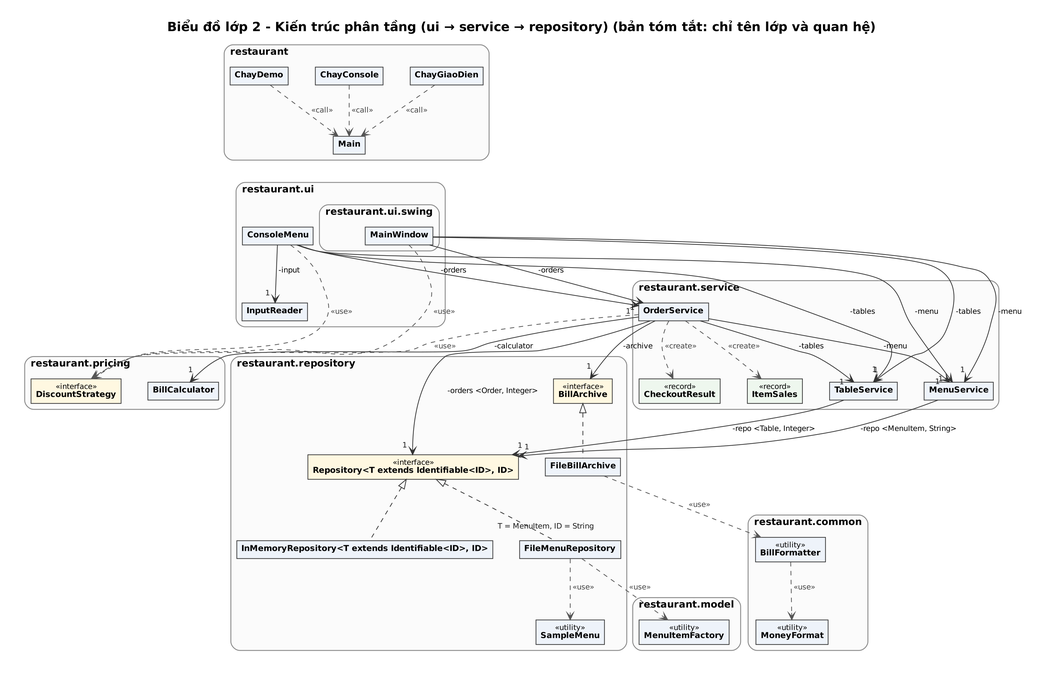
Before: docs/uml/2-lop-kien-truc-tom-tat.png, a diagram exported from Graphviz (ducanhdhtb06-hub/btl-oop-). Its source is kept beside it as docs/uml/2-lop-kien-truc-tom-tat.dot.
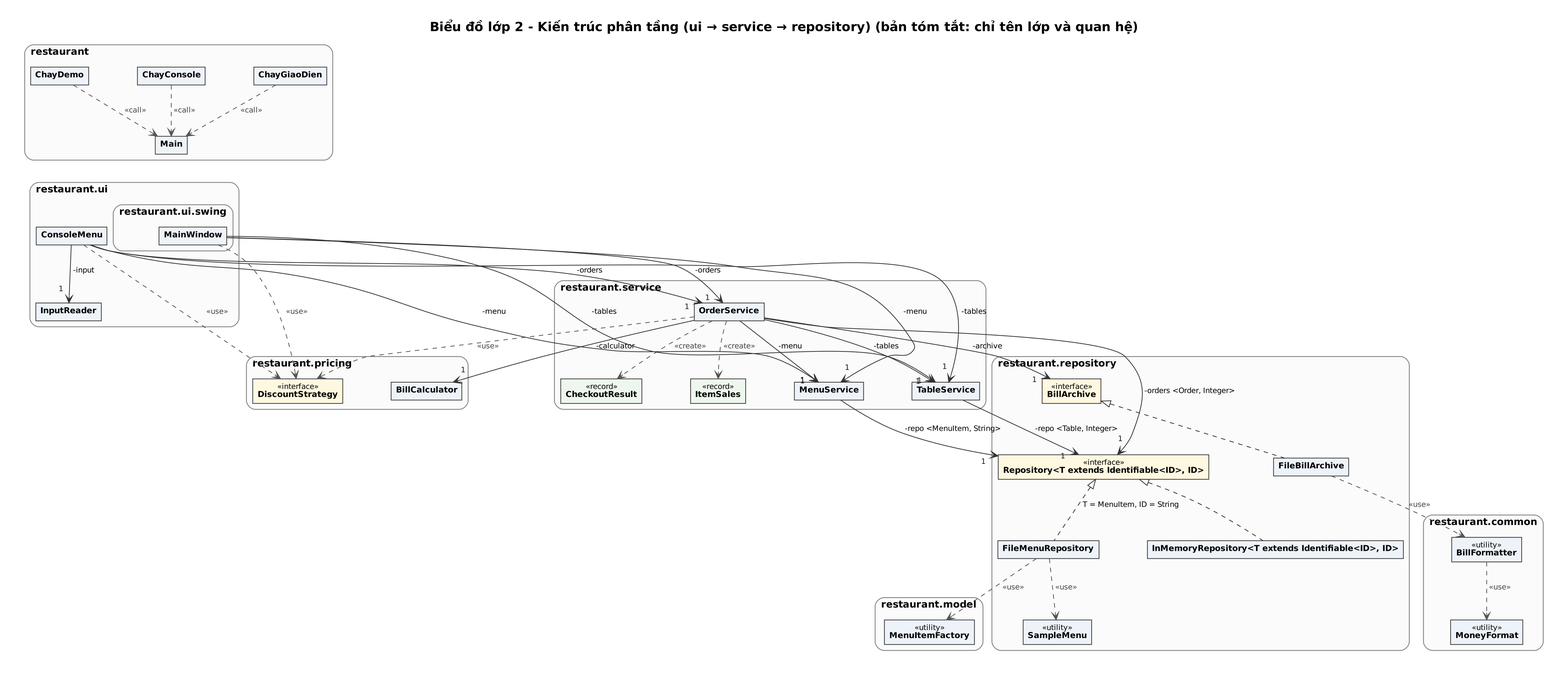
The same file after the commit.

Change to the diagram source:
```diff
@@ -1,24 +1,22 @@
 digraph UML {
   graph [fontname="DejaVu Sans", fontsize=17, label=<<B>Biểu đồ lớp 2 - Kiến trúc phân tầng (ui → service → repository) (bản tóm tắt: chỉ tên lớp và quan hệ)</B>>, labelloc=t, labeljust=c,
          rankdir=TB, nodesep=0.5, ranksep=0.8, newrank=true, pad=0.35, bgcolor=white];
+  graph [nodesep=0.9];
   node [shape=plain, fontname="DejaVu Sans", fontsize=11];
   edge [fontname="DejaVu Sans", fontsize=10, color="#333333", arrowsize=0.95, labelfontsize=10, labelfontcolor="#1a1a1a"];
-  subgraph cluster_ui {
-    label=<<B>restaurant.ui</B>>; labeljust=l; fontsize=13; style="rounded"; color="#8a8a8a"; bgcolor="#fbfbfb"; penwidth=1.2;
-    c_ConsoleMenu [label=<<TABLE BORDER="1" CELLBORDER="0" CELLSPACING="0" COLOR="#3a3a3a" BGCOLOR="#eef3fa"><TR><TD ALIGN="CENTER" CELLPADDING="5"><B>ConsoleMenu</B></TD></TR></TABLE>>];
-    c_InputReader [label=<<TABLE BORDER="1" CELLBORDER="0" CELLSPACING="0" COLOR="#3a3a3a" BGCOLOR="#eef3fa"><TR><TD ALIGN="CENTER" CELLPADDING="5"><B>InputReader</B></TD></TR></TABLE>>];
-    subgraph cluster_ui_swing {
-      label=<<B>restaurant.ui.swing</B>>; labeljust=l; fontsize=13; style="rounded"; color="#8a8a8a"; bgcolor="#fbfbfb"; penwidth=1.2;
-      c_MainWindow [label=<<TABLE BORDER="1" CELLBORDER="0" CELLSPACING="0" COLOR="#3a3a3a" BGCOLOR="#eef3fa"><TR><TD ALIGN="CENTER" CELLPADDING="5"><B>MainWindow</B></TD></TR></TABLE>>];
-    }
+  subgraph cluster_common {
+    label=<<B>restaurant.common</B>>; labeljust=l; fontsize=13; style="rounded"; color="#8a8a8a"; bgcolor="#fbfbfb"; penwidth=1.2;
+    c_BillFormatter [label=<<TABLE BORDER="1" CELLBORDER="0" CELLSPACING="0" COLOR="#3a3a3a" BGCOLOR="#eef3fa"><TR><TD ALIGN="CENTER" CELLPADDING="5"><FONT POINT-SIZE="10">«utility»</FONT><BR/><B>BillFormatter</B></TD></TR></TABLE>>];
+    c_MoneyFormat [label=<<TABLE BORDER="1" CELLBORDER="0" CELLSPACING="0" COLOR="#3a3a3a" BGCOLOR="#eef3fa"><TR><TD ALIGN="CENTER" CELLPADDING="5"><FONT POINT-SIZE="10">«utility»</FONT><BR/><B>MoneyFormat</B></TD></TR></TABLE>>];
   }
-  subgraph cluster_service {
-    label=<<B>restaurant.service</B>>; labeljust=l; fontsize=13; style="rounded"; color="#8a8a8a"; bgcolor="#fbfbfb"; penwidth=1.2;
-    c_MenuService [label=<<TABLE BORDER="1" CELLBORDER="0" CELLSPACING="0" COLOR="#3a3a3a" BGCOLOR="#eef3fa"><TR><TD ALIGN="CENTER" CELLPADDING="5"><B>MenuService</B></TD></TR></TABLE>>];
-    c_TableService [label=<<TABLE BORDER="1" CELLBORDER="0" CELLSPACING="0" COLOR="#3a3a3a" BGCOLOR="#eef3fa"><TR><TD ALIGN="CENTER" CELLPADDING="5"><B>TableService</B></TD></TR></TABLE>>];
-    c_OrderService [label=<<TABLE BORDER="1" CELLBORDER="0" CELLSPACING="0" COLOR="#3a3a3a" BGCOLOR="#eef3fa"><TR><TD ALIGN="CENTER" CELLPADDING="5"><B>OrderService</B></TD></TR></TABLE>>];
-    c_CheckoutResult [label=<<TABLE BORDER="1" CELLBORDER="0" CELLSPACING="0" COLOR="#3a3a3a" BGCOLOR="#eef7ee"><TR><TD ALIGN="CENTER" CELLPADDING="5"><FONT POINT-SIZE="10">«record»</FONT><BR/><B>CheckoutResult</B></TD></TR></TABLE>>];
-    c_ItemSales [label=<<TABLE BORDER="1" CELLBORDER="0" CELLSPACING="0" COLOR="#3a3a3a" BGCOLOR="#eef7ee"><TR><TD ALIGN="CENTER" CELLPADDING="5"><FONT POINT-SIZE="10">«record»</FONT><BR/><B>ItemSales</B></TD></TR></TABLE>>];
+  subgraph cluster_model {
+    label=<<B>restaurant.model</B>>; labeljust=l; fontsize=13; style="rounded"; color="#8a8a8a"; bgcolor="#fbfbfb"; penwidth=1.2;
+    c_MenuItemFactory [label=<<TABLE BORDER="1" CELLBORDER="0" CELLSPACING="0" COLOR="#3a3a3a" BGCOLOR="#eef3fa"><TR><TD ALIGN="CENTER" CELLPADDING="5"><FONT POINT-SIZE="10">«utility»</FONT><BR/><B>MenuItemFactory</B></TD></TR></TABLE>>];
+  }
+  subgraph cluster_pricing {
+    label=<<B>restaurant.pricing</B>>; labeljust=l; fontsize=13; style="rounded"; color="#8a8a8a"; bgcolor="#fbfbfb"; penwidth=1.2;
+    c_BillCalculator [label=<<TABLE BORDER="1" CELLBORDER="0" CELLSPACING="0" COLOR="#3a3a3a" BGCOLOR="#eef3fa"><TR><TD ALIGN="CENTER" CELLPADDING="5"><B>BillCalculator</B></TD></TR></TABLE>>];
+    c_DiscountStrategy [label=<<TABLE BORDER="1" CELLBORDER="0" CELLSPACING="0" COLOR="#3a3a3a" BGCOLOR="#fff8e1"><TR><TD ALIGN="CENTER" CELLPADDING="5"><FONT POINT-SIZE="10">«interface»</FONT><BR/><B>DiscountStrategy</B></TD></TR></TABLE>>];
   }
   subgraph cluster_repository {
     label=<<B>restaurant.repository</B>>; labeljust=l; fontsize=13; style="rounded"; color="#8a8a8a"; bgcolor="#fbfbfb"; penwidth=1.2;
@@ -29,16 +27,6 @@
     c_BillArchive [label=<<TABLE BORDER="1" CELLBORDER="0" CELLSPACING="0" COLOR="#3a3a3a" BGCOLOR="#fff8e1"><TR><TD ALIGN="CENTER" CELLPADDING="5"><FONT POINT-SIZE="10">«interface»</FONT><BR/><B>BillArchive</B></TD></TR></TABLE>>];
     c_FileBillArchive [label=<<TABLE BORDER="1" CELLBORDER="0" CELLSPACING="0" COLOR="#3a3a3a" BGCOLOR="#eef3fa"><TR><TD ALIGN="CENTER" CELLPADDING="5"><B>FileBillArchive</B></TD></TR></TABLE>>];
   }
-  subgraph cluster_pricing {
-    label=<<B>restaurant.pricing</B>>; labeljust=l; fontsize=13; style="rounded"; color="#8a8a8a"; bgcolor="#fbfbfb"; penwidth=1.2;
-    c_BillCalculator [label=<<TABLE BORDER="1" CELLBORDER="0" CELLSPACING="0" COLOR="#3a3a3a" BGCOLOR="#eef3fa"><TR><TD ALIGN="CENTER" CELLPADDING="5"><B>BillCalculator</B></TD></TR></TABLE>>];
-    c_DiscountStrategy [label=<<TABLE BORDER="1" CELLBORDER="0" CELLSPACING="0" COLOR="#3a3a3a" BGCOLOR="#fff8e1"><TR><TD ALIGN="CENTER" CELLPADDING="5"><FONT POINT-SIZE="10">«interface»</FONT><BR/><B>DiscountStrategy</B></TD></TR></TABLE>>];
-  }
-  subgraph cluster_common {
-    label=<<B>restaurant.common</B>>; labeljust=l; fontsize=13; style="rounded"; color="#8a8a8a"; bgcolor="#fbfbfb"; penwidth=1.2;
-    c_BillFormatter [label=<<TABLE BORDER="1" CELLBORDER="0" CELLSPACING="0" COLOR="#3a3a3a" BGCOLOR="#eef3fa"><TR><TD ALIGN="CENTER" CELLPADDING="5"><FONT POINT-SIZE="10">«utility»</FONT><BR/><B>BillFormatter</B></TD></TR></TABLE>>];
-    c_MoneyFormat [label=<<TABLE BORDER="1" CELLBORDER="0" CELLSPACING="0" COLOR="#3a3a3a" BGCOLOR="#eef3fa"><TR><TD ALIGN="CENTER" CELLPADDING="5"><FONT POINT-SIZE="10">«utility»</FONT><BR/><B>MoneyFormat</B></TD></TR></TABLE>>];
-  }
   subgraph cluster_restaurant {
     label=<<B>restaurant</B>>; labeljust=l; fontsize=13; style="rounded"; color="#8a8a8a"; bgcolor="#fbfbfb"; penwidth=1.2;
     c_Main [label=<<TABLE BORDER="1" CELLBORDER="0" CELLSPACING="0" COLOR="#3a3a3a" BGCOLOR="#eef3fa"><TR><TD ALIGN="CENTER" CELLPADDING="5"><B>Main</B></TD></TR></TABLE>>];
@@ -46,9 +34,22 @@
     c_ChayConsole [label=<<TABLE BORDER="1" CELLBORDER="0" CELLSPACING="0" COLOR="#3a3a3a" BGCOLOR="#eef3fa"><TR><TD ALIGN="CENTER" CELLPADDING="5"><B>ChayConsole</B></TD></TR></TABLE>>];
     c_ChayDemo [label=<<TABLE BORDER="1" CELLBORDER="0" CELLSPACING="0" COLOR="#3a3a3a" BGCOLOR="#eef3fa"><TR><TD ALIGN="CENTER" CELLPADDING="5"><B>ChayDemo</B></TD></TR></TABLE>>];
   }
-  subgraph cluster_model {
-    label=<<B>restaurant.model</B>>; labeljust=l; fontsize=13; style="rounded"; color="#8a8a8a"; bgcolor="#fbfbfb"; penwidth=1.2;
-    c_MenuItemFactory [label=<<TABLE BORDER="1" CELLBORDER="0" CELLSPACING="0" COLOR="#3a3a3a" BGCOLOR="#eef3fa"><TR><TD ALIGN="CENTER" CELLPADDING="5"><FONT POINT-SIZE="10">«utility»</FONT><BR/><B>MenuItemFactory</B></TD></TR></TABLE>>];
+  subgraph cluster_service {
+    label=<<B>restaurant.service</B>>; labeljust=l; fontsize=13; style="rounded"; color="#8a8a8a"; bgcolor="#fbfbfb"; penwidth=1.2;
+    c_MenuService [label=<<TABLE BORDER="1" CELLBORDER="0" CELLSPACING="0" COLOR="#3a3a3a" BGCOLOR="#eef3fa"><TR><TD ALIGN="CENTER" CELLPADDING="5"><B>MenuService</B></TD></TR></TABLE>>];
+    c_TableService [label=<<TABLE BORDER="1" CELLBORDER="0" CELLSPACING="0" COLOR="#3a3a3a" BGCOLOR="#eef3fa"><TR><TD ALIGN="CENTER" CELLPADDING="5"><B>TableService</B></TD></TR></TABLE>>];
+    c_OrderService [label=<<TABLE BORDER="1" CELLBORDER="0" CELLSPACING="0" COLOR="#3a3a3a" BGCOLOR="#eef3fa"><TR><TD ALIGN="CENTER" CELLPADDING="5"><B>OrderService</B></TD></TR></TABLE>>];
+    c_CheckoutResult [label=<<TABLE BORDER="1" CELLBORDER="0" CELLSPACING="0" COLOR="#3a3a3a" BGCOLOR="#eef7ee"><TR><TD ALIGN="CENTER" CELLPADDING="5"><FONT POINT-SIZE="10">«record»</FONT><BR/><B>CheckoutResult</B></TD></TR></TABLE>>];
+    c_ItemSales [label=<<TABLE BORDER="1" CELLBORDER="0" CELLSPACING="0" COLOR="#3a3a3a" BGCOLOR="#eef7ee"><TR><TD ALIGN="CENTER" CELLPADDING="5"><FONT POINT-SIZE="10">«record»</FONT><BR/><B>ItemSales</B></TD></TR></TABLE>>];
+  }
+  subgraph cluster_ui {
+    label=<<B>restaurant.ui</B>>; labeljust=l; fontsize=13; style="rounded"; color="#8a8a8a"; bgcolor="#fbfbfb"; penwidth=1.2;
+    c_ConsoleMenu [label=<<TABLE BORDER="1" CELLBORDER="0" CELLSPACING="0" COLOR="#3a3a3a" BGCOLOR="#eef3fa"><TR><TD ALIGN="CENTER" CELLPADDING="5"><B>ConsoleMenu</B></TD></TR></TABLE>>];
+    c_InputReader [label=<<TABLE BORDER="1" CELLBORDER="0" CELLSPACING="0" COLOR="#3a3a3a" BGCOLOR="#eef3fa"><TR><TD ALIGN="CENTER" CELLPADDING="5"><B>InputReader</B></TD></TR></TABLE>>];
+    subgraph cluster_ui_swing {
+      label=<<B>restaurant.ui.swing</B>>; labeljust=l; fontsize=13; style="rounded"; color="#8a8a8a"; bgcolor="#fbfbfb"; penwidth=1.2;
+      c_MainWindow [label=<<TABLE BORDER="1" CELLBORDER="0" CELLSPACING="0" COLOR="#3a3a3a" BGCOLOR="#eef3fa"><TR><TD ALIGN="CENTER" CELLPADDING="5"><B>MainWindow</B></TD></TR></TABLE>>];
+    }
   }
   c_Main -> c_ConsoleMenu [style=invis];
   c_Main -> c_MainWindow [style=invis];
@@ -56,27 +57,27 @@
   c_ChayGiaoDien -> c_Main [style=dashed, arrowhead=vee, color="#555555", label=" «call» ", fontcolor="#444444"];
   c_ChayConsole -> c_Main [style=dashed, arrowhead=vee, color="#555555", label=" «call» ", fontcolor="#444444"];
   c_ChayDemo -> c_Main [style=dashed, arrowhead=vee, color="#555555", label=" «call» ", fontcolor="#444444"];
-  c_ConsoleMenu -> c_InputReader [arrowhead=vee, label=" -input ", taillabel="  ", headlabel=" 1 ", labeldistance=1.6, labelangle=40];
-  c_ConsoleMenu -> c_MenuService [arrowhead=vee, label=" -menu ", taillabel="  ", headlabel=" 1 ", labeldistance=1.6, labelangle=40];
-  c_ConsoleMenu -> c_TableService [arrowhead=vee, label=" -tables ", taillabel="  ", headlabel=" 1 ", labeldistance=1.6, labelangle=40];
-  c_ConsoleMenu -> c_OrderService [arrowhead=vee, label=" -orders ", taillabel="  ", headlabel=" 1 ", labeldistance=1.6, labelangle=40];
-  c_MainWindow -> c_MenuService [arrowhead=vee, label=" -menu ", taillabel="  ", headlabel=" 1 ", labeldistance=1.6, labelangle=40];
-  c_MainWindow -> c_TableService [arrowhead=vee, label=" -tables ", taillabel="  ", headlabel=" 1 ", labeldistance=1.6, labelangle=40];
-  c_MainWindow -> c_OrderService [arrowhead=vee, label=" -orders ", taillabel="  ", headlabel=" 1 ", labeldistance=1.6, labelangle=40];
-  c_OrderService -> c_TableService [arrowhead=vee, label=" -tables ", taillabel="  ", headlabel=" 1 ", labeldistance=1.6, labelangle=40];
-  c_OrderService -> c_MenuService [arrowhead=vee, label=" -menu ", taillabel="  ", headlabel=" 1 ", labeldistance=1.6, labelangle=40];
-  c_OrderService -> c_BillCalculator [arrowhead=vee, label=" -calculator ", taillabel="  ", headlabel=" 1 ", labeldistance=1.6, labelangle=40];
-  c_OrderService -> c_BillArchive [arrowhead=vee, label=" -archive ", taillabel="  ", headlabel=" 1 ", labeldistance=1.6, labelangle=40];
-  c_OrderService -> c_Repository [arrowhead=vee, label=" -orders <Order, Integer> ", taillabel="  ", headlabel=" 1 ", labeldistance=1.6, labelangle=40];
-  c_MenuService -> c_Repository [arrowhead=vee, label=" -repo <MenuItem, String> ", taillabel="  ", headlabel=" 1 ", labeldistance=1.6, labelangle=40];
-  c_TableService -> c_Repository [arrowhead=vee, label=" -repo <Table, Integer> ", taillabel="  ", headlabel=" 1 ", labeldistance=1.6, labelangle=40];
+  c_ConsoleMenu -> c_InputReader [arrowhead=vee, label=" -input ", taillabel="  ", headlabel=" 1 ", labeldistance=2.1, labelangle=32];
+  c_ConsoleMenu -> c_MenuService [arrowhead=vee, label=" -menu ", taillabel="  ", headlabel=" 1 ", labeldistance=2.1, labelangle=32];
+  c_ConsoleMenu -> c_TableService [arrowhead=vee, label=" -tables ", taillabel="  ", headlabel=" 1 ", labeldistance=2.1, labelangle=32];
+  c_ConsoleMenu -> c_OrderService [arrowhead=vee, label=" -orders ", taillabel="  ", headlabel=" 1 ", labeldistance=2.1, labelangle=32];
+  c_MainWindow -> c_MenuService [arrowhead=vee, label=" -menu ", taillabel="  ", headlabel=" 1 ", labeldistance=2.1, labelangle=32];
+  c_MainWindow -> c_TableService [arrowhead=vee, label=" -tables ", taillabel="  ", headlabel=" 1 ", labeldistance=2.1, labelangle=32];
+  c_MainWindow -> c_OrderService [arrowhead=vee, label=" -orders ", taillabel="  ", headlabel=" 1 ", labeldistance=2.1, labelangle=32];
+  c_OrderService -> c_TableService [arrowhead=vee, label=" -tables ", taillabel="  ", headlabel=" 1 ", labeldistance=2.1, labelangle=32];
+  c_OrderService -> c_MenuService [arrowhead=vee, label=" -menu ", taillabel="  ", headlabel=" 1 ", labeldistance=2.1, labelangle=32];
+  c_OrderService -> c_BillCalculator [arrowhead=vee, label=" -calculator ", taillabel="  ", headlabel=" 1 ", labeldistance=2.1, labelangle=32];
+  c_OrderService -> c_BillArchive [arrowhead=vee, label=" -archive ", taillabel="  ", headlabel=" 1 ", labeldistance=2.1, labelangle=32];
+  c_OrderService -> c_Repository [arrowhead=vee, label=" -orders <Order, Integer> ", taillabel="  ", headlabel=" 1 ", labeldistance=2.1, labelangle=32];
+  c_MenuService -> c_Repository [arrowhead=vee, label=" -repo <MenuItem, String> ", taillabel="  ", headlabel=" 1 ", labeldistance=2.1, labelangle=32];
+  c_TableService -> c_Repository [arrowhead=vee, label=" -repo <Table, Integer> ", taillabel="  ", headlabel=" 1 ", labeldistance=2.1, labelangle=32];
   c_OrderService -> c_CheckoutResult [style=dashed, arrowhead=vee, color="#555555", label=" «create» ", fontcolor="#444444"];
   c_OrderService -> c_DiscountStrategy [style=dashed, arrowhead=vee, color="#555555", label=" «use» ", fontcolor="#444444"];
   c_ConsoleMenu -> c_DiscountStrategy [style=dashed, arrowhead=vee, color="#555555", label=" «use» ", fontcolor="#444444"];
   c_MainWindow -> c_DiscountStrategy [style=dashed, arrowhead=vee, color="#555555", label=" «use» ", fontcolor="#444444"];
   c_OrderService -> c_ItemSales [style=dashed, arrowhead=vee, color="#555555", label=" «create» ", fontcolor="#444444"];
   c_Repository -> c_InMemoryRepository [dir=back, arrowtail=empty, style=dashed, arrowsize=1.25];
-  c_Repository -> c_FileMenuRepository [dir=back, arrowtail=empty, style=dashed, arrowsize=1.25, headlabel=" T = MenuItem, ID = String ", labeldistance=2.2, labelangle=-30];
+  c_Repository -> c_FileMenuRepository [dir=back, arrowtail=empty, style=dashed, arrowsize=1.25, label=" T = MenuItem, ID = String "];
   c_BillArchive -> c_FileBillArchive [dir=back, arrowtail=empty, style=dashed, arrowsize=1.25];
   c_FileMenuRepository -> c_MenuItemFactory [style=dashed, arrowhead=vee, color="#555555", label=" «use» ", fontcolor="#444444"];
   c_FileMenuRepository -> c_SampleMenu [style=dashed, arrowhead=vee, color="#555555", label=" «use» ", fontcolor="#444444"];
```
